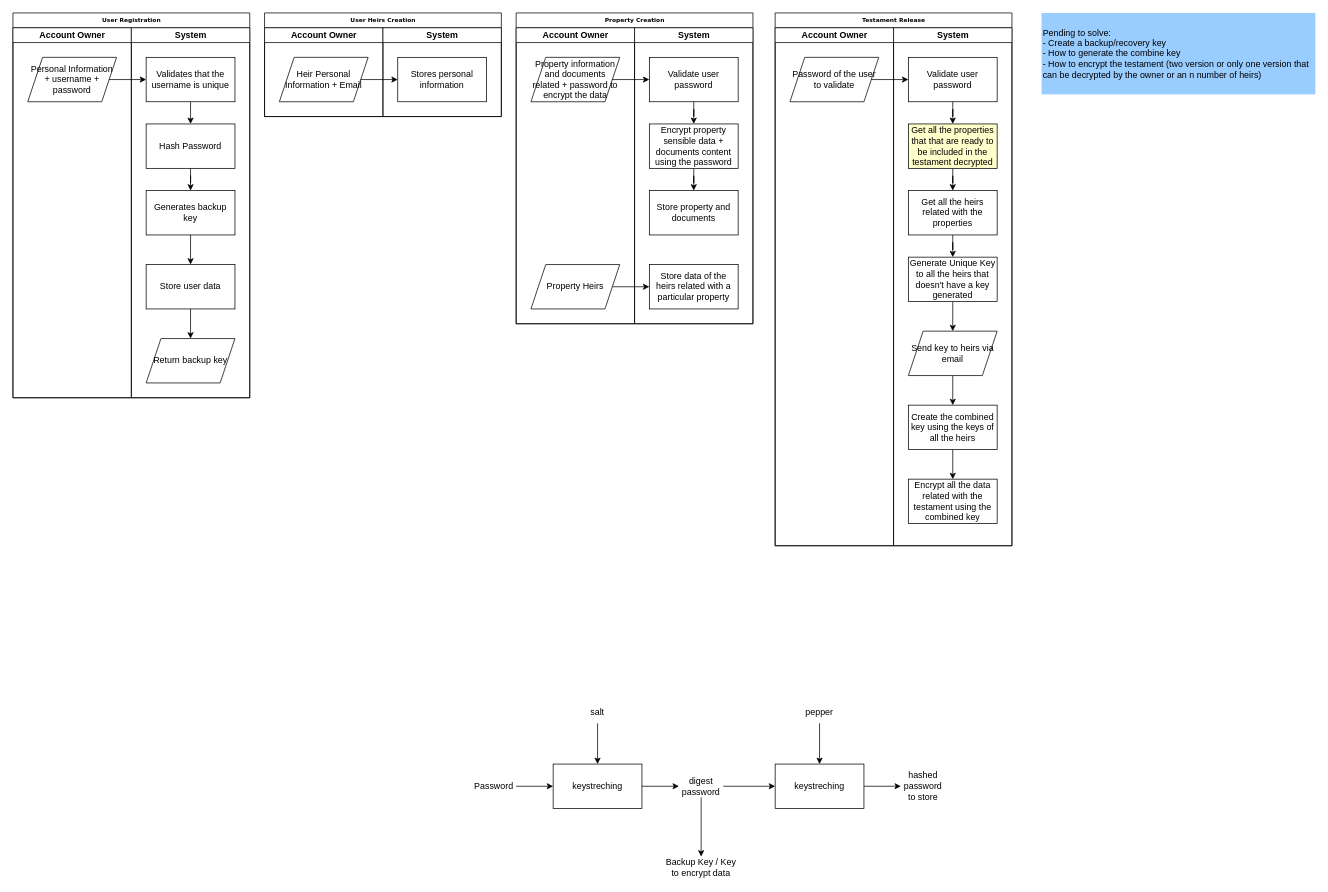
NTHU-Nova-Corp/e-testament-api keeps this draw.io diagram as ActivityDiagram.drawio. Above is the earlier version. Source tidied: cells renumbered, new cells numbered last; positions are measured from the earlier drawing's top-left corner, leaving out a move shared by most shapes. Both pictures are drawn from the tidied source at 74%, with x=0, y=0 at pixel (13, 13).
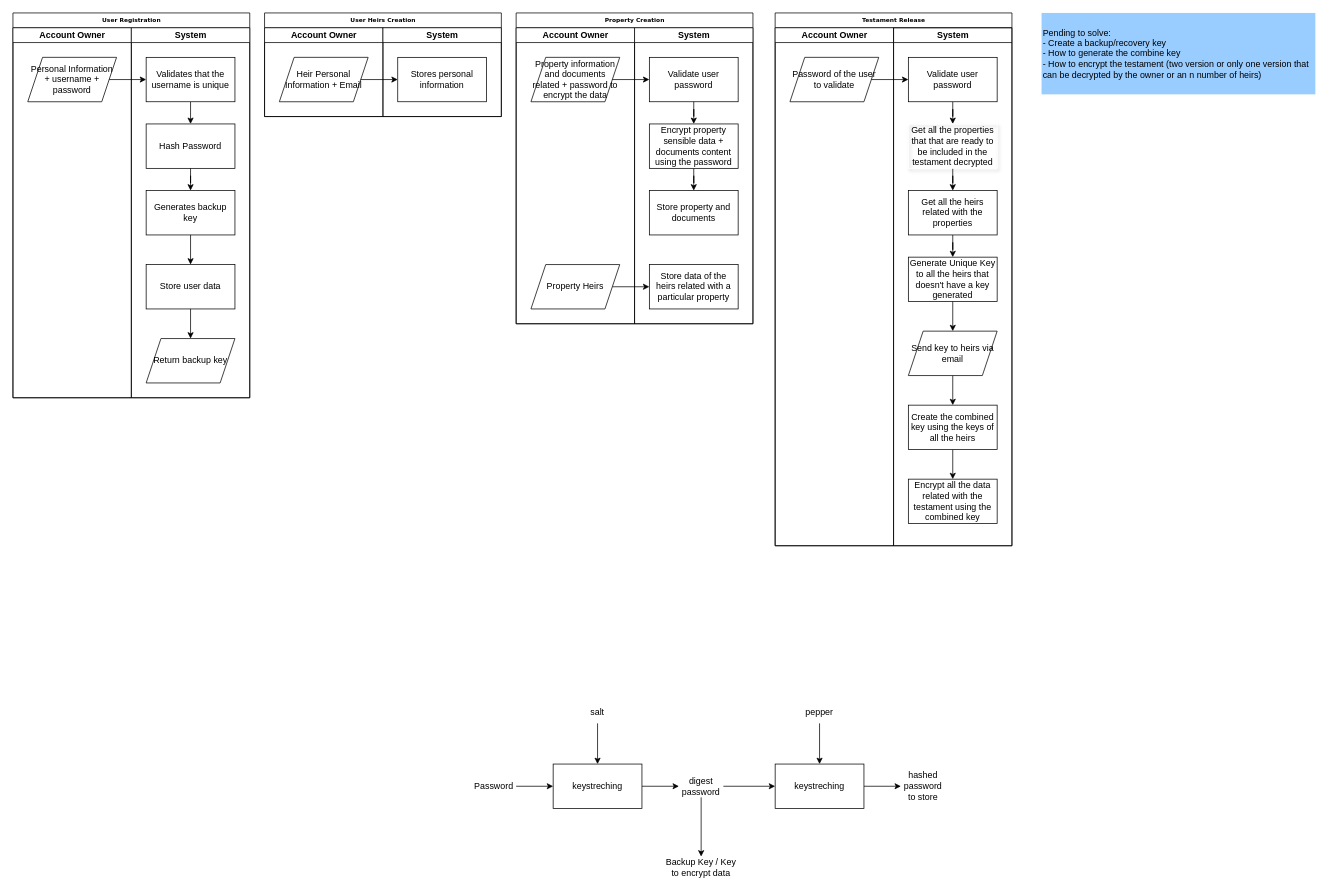
The same diagram, later.

Unchanged cells that the change refers to:
```xml
<mxCell id="35" value="Testament Release" style="swimlane;html=1;startSize=20;rounded=0;shadow=0;labelBackgroundColor=none;strokeWidth=1;fontFamily=Verdana;fontSize=8;align=center;" parent="1" vertex="1">
  <mxGeometry x="1030" width="320" height="720" as="geometry" />
</mxCell>
```

Change to the diagram source:
```diff
@@
-    <mxCell id="38" value="System" style="swimlane;html=1;startSize=20;" parent="35" vertex="1">
+    <mxCell id="38" value="System" style="swimlane;html=1;startSize=20;fillColor=none;" parent="35" vertex="1">
       <mxGeometry x="160" y="20" width="160" height="700" as="geometry" />
     </mxCell>
@@
-    <mxCell id="42" value="Get all the properties that that are ready to be included in the testament decrypted" style="rounded=0;whiteSpace=wrap;html=1;fillColor=#FFFFCC;" parent="38" vertex="1">
+    <mxCell id="42" value="Get all the properties that that are ready to be included in the testament decrypted" style="rounded=0;whiteSpace=wrap;html=1;fillColor=none;strokeColor=#FFFFFF;shadow=1;" parent="38" vertex="1">
       <mxGeometry x="20" y="130" width="120" height="60" as="geometry" />
     </mxCell>
```
